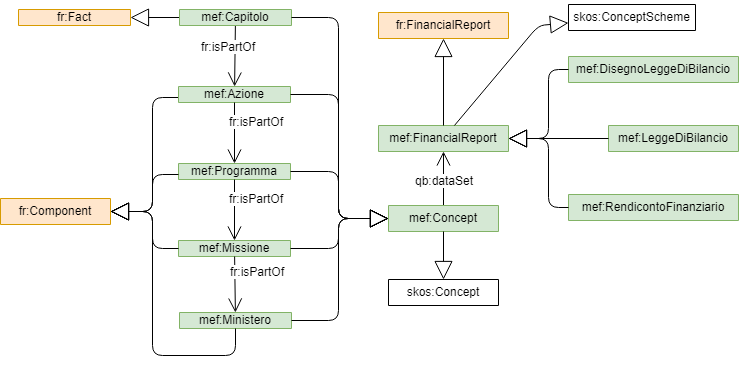
This is mef/uml-diagram.png from g0v-it/ontologies, a draw.io export, as it was before one commit. Source tidied: cells renumbered, new cells last; positions are measured from the earlier drawing's top-left corner, leaving out a move shared by most shapes. Source of this version:
```xml
<mxGraphModel>
  <root>
    <mxCell id="0" />
    <mxCell id="1" parent="0" />
    <mxCell id="2" value="fr:Fact" style="swimlane;fontStyle=0;horizontal=1;startSize=19;fillColor=#ffe6cc;swimlaneFillColor=#ffffff;strokeColor=#d79b00;" parent="1" vertex="1" collapsed="1">
      <mxGeometry x="18" y="5" width="112" height="16" as="geometry" />
    </mxCell>
    <mxCell id="3" value="mef:FinancialReport" style="swimlane;fontStyle=0;horizontal=1;startSize=26;fillColor=#d5e8d4;swimlaneFillColor=#ffffff;strokeWidth=1;strokeColor=#82b366;" parent="1" vertex="1" collapsed="1">
      <mxGeometry x="378" y="121" width="130" height="26" as="geometry" />
    </mxCell>
    <mxCell id="4" style="edgeStyle=orthogonalEdgeStyle;rounded=0;html=1;exitX=1;exitY=0.25;entryX=1;entryY=0.25;jettySize=auto;orthogonalLoop=1;" parent="1" edge="1" source="2" target="2">
      <mxGeometry relative="1" as="geometry" />
    </mxCell>
    <mxCell id="5" value="fr:Component" style="swimlane;fontStyle=0;horizontal=1;startSize=26;fillColor=#ffe6cc;swimlaneFillColor=#ffffff;strokeColor=#d79b00;" parent="1" vertex="1" collapsed="1">
      <mxGeometry y="194" width="110" height="26" as="geometry" />
    </mxCell>
    <mxCell id="6" style="endArrow=block;endSize=16;endFill=0;html=1;" parent="1" edge="1" source="10" target="2">
      <mxGeometry relative="1" as="geometry" />
    </mxCell>
    <mxCell id="7" style="endArrow=block;endSize=16;endFill=0;html=1;edgeStyle=orthogonalEdgeStyle;" parent="1" edge="1" source="11" target="5">
      <mxGeometry relative="1" as="geometry">
        <Array as="points">
          <mxPoint x="152" y="93" />
          <mxPoint x="152" y="207" />
        </Array>
      </mxGeometry>
    </mxCell>
    <mxCell id="8" style="endArrow=open;endFill=1;endSize=12;html=1;" parent="1" edge="1" source="10" target="11">
      <mxGeometry relative="1" as="geometry" />
    </mxCell>
    <mxCell id="9" value="fr:isPartOf" style="text;html=1;align=center;verticalAlign=middle;labelBackgroundColor=#ffffff;" parent="8" vertex="1">
      <mxGeometry x="0.4" y="-5" relative="1" as="geometry">
        <mxPoint x="-1.5" y="-22.5" as="offset" />
      </mxGeometry>
    </mxCell>
    <mxCell id="10" value="mef:Capitolo" style="swimlane;fontStyle=0;horizontal=1;startSize=19;fillColor=#d5e8d4;swimlaneFillColor=#ffffff;strokeColor=#82b366;" parent="1" vertex="1" collapsed="1">
      <mxGeometry x="179" y="5" width="112" height="16" as="geometry" />
    </mxCell>
    <mxCell id="11" value="mef:Azione" style="swimlane;fontStyle=0;horizontal=1;startSize=19;fillColor=#d5e8d4;swimlaneFillColor=#ffffff;strokeColor=#82b366;" parent="1" vertex="1" collapsed="1">
      <mxGeometry x="178" y="82" width="112" height="16" as="geometry" />
    </mxCell>
    <mxCell id="12" value="mef:Programma" style="swimlane;fontStyle=0;horizontal=1;startSize=19;fillColor=#d5e8d4;swimlaneFillColor=#ffffff;strokeColor=#82b366;" parent="1" vertex="1" collapsed="1">
      <mxGeometry x="178" y="159" width="112" height="16" as="geometry" />
    </mxCell>
    <mxCell id="13" value="mef:Missione" style="swimlane;fontStyle=0;horizontal=1;startSize=19;fillColor=#d5e8d4;swimlaneFillColor=#ffffff;strokeColor=#82b366;" parent="1" vertex="1" collapsed="1">
      <mxGeometry x="178" y="236" width="112" height="16" as="geometry" />
    </mxCell>
    <mxCell id="14" value="mef:Ministero" style="swimlane;fontStyle=0;horizontal=1;startSize=19;fillColor=#d5e8d4;swimlaneFillColor=#ffffff;strokeColor=#82b366;" parent="1" vertex="1" collapsed="1">
      <mxGeometry x="179" y="308" width="112" height="16" as="geometry" />
    </mxCell>
    <mxCell id="15" style="endArrow=open;endFill=1;endSize=12;html=1;" parent="1" edge="1" source="11" target="12">
      <mxGeometry relative="1" as="geometry" />
    </mxCell>
    <mxCell id="16" value="fr:isPartOf" style="text;html=1;align=center;verticalAlign=middle;labelBackgroundColor=#ffffff;" parent="15" vertex="1">
      <mxGeometry x="0.4" y="-5" relative="1" as="geometry">
        <mxPoint x="26.5" y="-24.5" as="offset" />
      </mxGeometry>
    </mxCell>
    <mxCell id="17" style="endArrow=open;endFill=1;endSize=12;html=1;" parent="1" edge="1" source="12" target="13">
      <mxGeometry relative="1" as="geometry" />
    </mxCell>
    <mxCell id="18" value="fr:isPartOf" style="text;html=1;align=center;verticalAlign=middle;labelBackgroundColor=#ffffff;" parent="17" vertex="1">
      <mxGeometry x="0.4" y="-5" relative="1" as="geometry">
        <mxPoint x="26.5" y="-24.5" as="offset" />
      </mxGeometry>
    </mxCell>
    <mxCell id="19" style="endArrow=open;endFill=1;endSize=12;html=1;" parent="1" edge="1" source="13" target="14">
      <mxGeometry relative="1" as="geometry" />
    </mxCell>
    <mxCell id="20" value="fr:isPartOf" style="text;html=1;align=center;verticalAlign=middle;labelBackgroundColor=#ffffff;" parent="19" vertex="1">
      <mxGeometry x="0.4" y="-5" relative="1" as="geometry">
        <mxPoint x="26.5" y="-24.5" as="offset" />
      </mxGeometry>
    </mxCell>
    <mxCell id="21" style="endArrow=block;endSize=16;endFill=0;html=1;edgeStyle=orthogonalEdgeStyle;" parent="1" edge="1" source="13" target="5">
      <mxGeometry relative="1" as="geometry">
        <Array as="points">
          <mxPoint x="152" y="244" />
          <mxPoint x="152" y="207" />
        </Array>
      </mxGeometry>
    </mxCell>
    <mxCell id="22" style="endArrow=block;endSize=16;endFill=0;html=1;edgeStyle=orthogonalEdgeStyle;" parent="1" edge="1" source="12" target="5">
      <mxGeometry relative="1" as="geometry">
        <Array as="points">
          <mxPoint x="152" y="170" />
          <mxPoint x="152" y="207" />
        </Array>
      </mxGeometry>
    </mxCell>
    <mxCell id="23" style="endArrow=block;endSize=16;endFill=0;html=1;edgeStyle=orthogonalEdgeStyle;" parent="1" edge="1" source="14" target="5">
      <mxGeometry relative="1" as="geometry">
        <Array as="points">
          <mxPoint x="152" y="351" />
          <mxPoint x="152" y="207" />
        </Array>
      </mxGeometry>
    </mxCell>
    <mxCell id="24" value="mef:LeggeDiBilancio" style="swimlane;fontStyle=0;horizontal=1;startSize=26;fillColor=#d5e8d4;swimlaneFillColor=#ffffff;strokeWidth=1;strokeColor=#82b366;" parent="1" vertex="1" collapsed="1">
      <mxGeometry x="608" y="121" width="130" height="26" as="geometry" />
    </mxCell>
    <mxCell id="25" value="mef:DisegnoLeggeDiBilancio" style="swimlane;fontStyle=0;horizontal=1;startSize=26;fillColor=#d5e8d4;swimlaneFillColor=#ffffff;strokeWidth=1;strokeColor=#82b366;" parent="1" vertex="1" collapsed="1">
      <mxGeometry x="568" y="52" width="170" height="26" as="geometry" />
    </mxCell>
    <mxCell id="26" value="mef:RendicontoFinanziario" style="swimlane;fontStyle=0;horizontal=1;startSize=26;fillColor=#d5e8d4;swimlaneFillColor=#ffffff;strokeWidth=1;strokeColor=#82b366;" parent="1" vertex="1" collapsed="1">
      <mxGeometry x="568" y="190" width="170" height="26" as="geometry" />
    </mxCell>
    <mxCell id="27" style="endArrow=block;endSize=16;endFill=0;html=1;" parent="1" edge="1" source="24" target="3">
      <mxGeometry relative="1" as="geometry" />
    </mxCell>
    <mxCell id="28" style="endArrow=block;endSize=16;endFill=0;html=1;edgeStyle=orthogonalEdgeStyle;" parent="1" edge="1" source="25" target="3">
      <mxGeometry relative="1" as="geometry">
        <Array as="points">
          <mxPoint x="548" y="65" />
          <mxPoint x="548" y="134" />
        </Array>
      </mxGeometry>
    </mxCell>
    <mxCell id="29" style="endArrow=block;endSize=16;endFill=0;html=1;edgeStyle=orthogonalEdgeStyle;" parent="1" edge="1" source="26" target="3">
      <mxGeometry relative="1" as="geometry">
        <Array as="points">
          <mxPoint x="548" y="203" />
          <mxPoint x="548" y="134" />
        </Array>
      </mxGeometry>
    </mxCell>
    <mxCell id="30" value="fr:FinancialReport" style="swimlane;fontStyle=0;horizontal=1;startSize=26;fillColor=#ffe6cc;swimlaneFillColor=#ffffff;strokeWidth=1;strokeColor=#d79b00;" parent="1" vertex="1" collapsed="1">
      <mxGeometry x="378" y="8" width="130" height="26" as="geometry" />
    </mxCell>
    <mxCell id="31" style="endArrow=block;endSize=16;endFill=0;html=1;" parent="1" edge="1" source="3" target="30">
      <mxGeometry relative="1" as="geometry" />
    </mxCell>
    <mxCell id="32" style="endArrow=open;endFill=1;endSize=12;html=1;" parent="1" edge="1" source="34" target="3">
      <mxGeometry relative="1" as="geometry" />
    </mxCell>
    <mxCell id="33" value="qb:dataSet" style="text;html=1;align=center;verticalAlign=middle;labelBackgroundColor=#ffffff;" parent="32" vertex="1">
      <mxGeometry x="0.4" y="-5" relative="1" as="geometry">
        <mxPoint x="-5" y="12" as="offset" />
      </mxGeometry>
    </mxCell>
    <mxCell id="34" value="mef:Concept" style="swimlane;fontStyle=0;horizontal=1;startSize=26;swimlaneFillColor=#ffffff;fillColor=#d5e8d4;strokeColor=#82b366;" parent="1" vertex="1" collapsed="1">
      <mxGeometry x="388" y="201" width="110" height="26" as="geometry" />
    </mxCell>
    <mxCell id="35" style="endArrow=block;endSize=16;endFill=0;html=1;edgeStyle=orthogonalEdgeStyle;" parent="1" edge="1" source="10" target="34">
      <mxGeometry relative="1" as="geometry">
        <Array as="points">
          <mxPoint x="338" y="13" />
          <mxPoint x="338" y="214" />
        </Array>
      </mxGeometry>
    </mxCell>
    <mxCell id="36" style="endArrow=block;endSize=16;endFill=0;html=1;edgeStyle=orthogonalEdgeStyle;" parent="1" edge="1" source="11" target="34">
      <mxGeometry relative="1" as="geometry">
        <Array as="points">
          <mxPoint x="338" y="90" />
          <mxPoint x="338" y="214" />
        </Array>
      </mxGeometry>
    </mxCell>
    <mxCell id="37" style="endArrow=block;endSize=16;endFill=0;html=1;edgeStyle=orthogonalEdgeStyle;" parent="1" edge="1" source="12" target="34">
      <mxGeometry relative="1" as="geometry">
        <Array as="points">
          <mxPoint x="338" y="167" />
          <mxPoint x="338" y="214" />
        </Array>
      </mxGeometry>
    </mxCell>
    <mxCell id="38" style="endArrow=block;endSize=16;endFill=0;html=1;edgeStyle=orthogonalEdgeStyle;" parent="1" edge="1" source="13" target="34">
      <mxGeometry relative="1" as="geometry">
        <Array as="points">
          <mxPoint x="338" y="244" />
          <mxPoint x="338" y="214" />
        </Array>
      </mxGeometry>
    </mxCell>
    <mxCell id="39" style="endArrow=block;endSize=16;endFill=0;html=1;edgeStyle=orthogonalEdgeStyle;" parent="1" edge="1" source="14" target="34">
      <mxGeometry relative="1" as="geometry">
        <Array as="points">
          <mxPoint x="338" y="316" />
          <mxPoint x="338" y="214" />
        </Array>
      </mxGeometry>
    </mxCell>
    <mxCell id="40" value="skos:ConceptScheme" style="swimlane;fontStyle=0;horizontal=1;startSize=26;swimlaneFillColor=#ffffff;" parent="1" vertex="1" collapsed="1">
      <mxGeometry x="568" width="127" height="26" as="geometry" />
    </mxCell>
    <mxCell id="41" style="endArrow=block;endSize=16;endFill=0;html=1;" parent="1" edge="1" source="3" target="40">
      <mxGeometry relative="1" as="geometry">
        <Array as="points">
          <mxPoint x="538" y="21" />
        </Array>
      </mxGeometry>
    </mxCell>
    <mxCell id="42" value="skos:Concept" style="swimlane;fontStyle=0;horizontal=1;startSize=26;swimlaneFillColor=#ffffff;" parent="1" vertex="1" collapsed="1">
      <mxGeometry x="388" y="275" width="110" height="26" as="geometry" />
    </mxCell>
    <mxCell id="43" style="endArrow=block;endSize=16;endFill=0;html=1;" parent="1" edge="1" source="34" target="42">
      <mxGeometry relative="1" as="geometry" />
    </mxCell>
  </root>
</mxGraphModel>
```
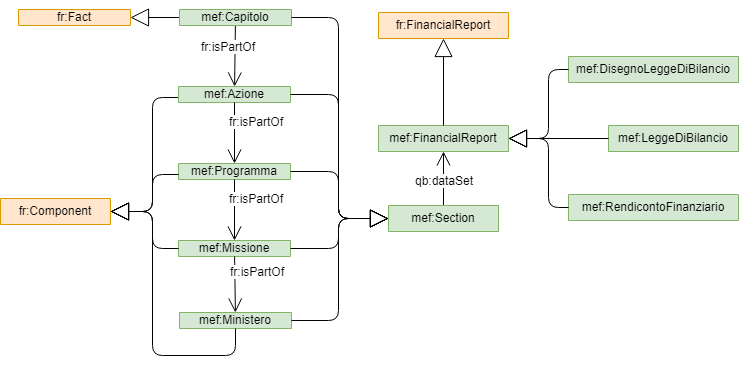
The same file after the commit.

Commit message:
removed skos mapping

Change to the diagram source:
```diff
@@ -138,7 +138,7 @@
         <mxPoint x="-5" y="12" as="offset" />
       </mxGeometry>
     </mxCell>
-    <mxCell id="34" value="mef:Concept" style="swimlane;fontStyle=0;horizontal=1;startSize=26;swimlaneFillColor=#ffffff;fillColor=#d5e8d4;strokeColor=#82b366;" parent="1" vertex="1" collapsed="1">
+    <mxCell id="34" value="mef:Section" style="swimlane;fontStyle=0;horizontal=1;startSize=26;swimlaneFillColor=#ffffff;fillColor=#d5e8d4;strokeColor=#82b366;" parent="1" vertex="1" collapsed="1">
       <mxGeometry x="388" y="201" width="110" height="26" as="geometry" />
     </mxCell>
     <mxCell id="35" style="endArrow=block;endSize=16;endFill=0;html=1;edgeStyle=orthogonalEdgeStyle;" parent="1" edge="1" source="10" target="34">
@@ -181,21 +181,5 @@
         </Array>
       </mxGeometry>
     </mxCell>
-    <mxCell id="40" value="skos:ConceptScheme" style="swimlane;fontStyle=0;horizontal=1;startSize=26;swimlaneFillColor=#ffffff;" parent="1" vertex="1" collapsed="1">
-      <mxGeometry x="568" width="127" height="26" as="geometry" />
-    </mxCell>
-    <mxCell id="41" style="endArrow=block;endSize=16;endFill=0;html=1;" parent="1" edge="1" source="3" target="40">
-      <mxGeometry relative="1" as="geometry">
-        <Array as="points">
-          <mxPoint x="538" y="21" />
-        </Array>
-      </mxGeometry>
-    </mxCell>
-    <mxCell id="42" value="skos:Concept" style="swimlane;fontStyle=0;horizontal=1;startSize=26;swimlaneFillColor=#ffffff;" parent="1" vertex="1" collapsed="1">
-      <mxGeometry x="388" y="275" width="110" height="26" as="geometry" />
-    </mxCell>
-    <mxCell id="43" style="endArrow=block;endSize=16;endFill=0;html=1;" parent="1" edge="1" source="34" target="42">
-      <mxGeometry relative="1" as="geometry" />
-    </mxCell>
   </root>
 </mxGraphModel>
```
